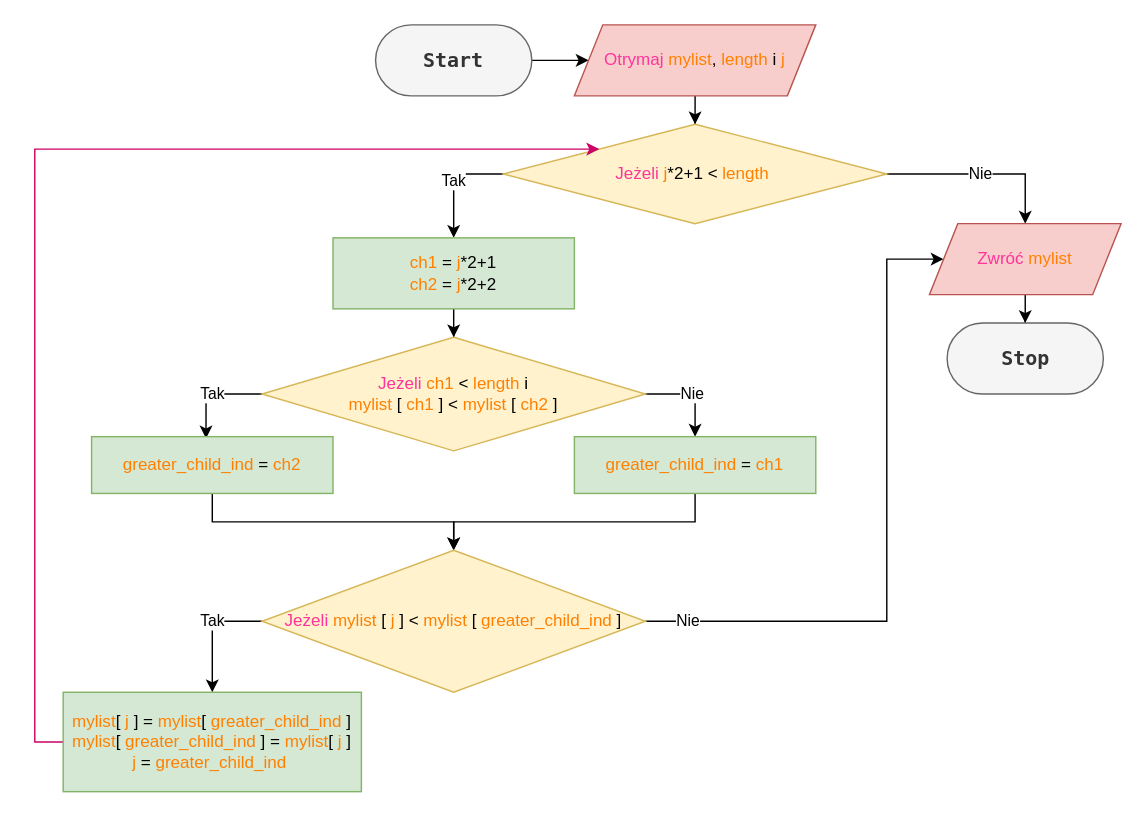
Before: page "Heapify" (3 of 5) of block-diagrams.drawio in FrightenedFox/sorting-algorithms, a draw.io diagram. Source tidied: cells renumbered, new cells numbered last; positions are measured from the earlier drawing's top-left corner, leaving out a move shared by most shapes. Both pictures are drawn from the tidied source at 142%, with x=0, y=0 at pixel (34, 24).
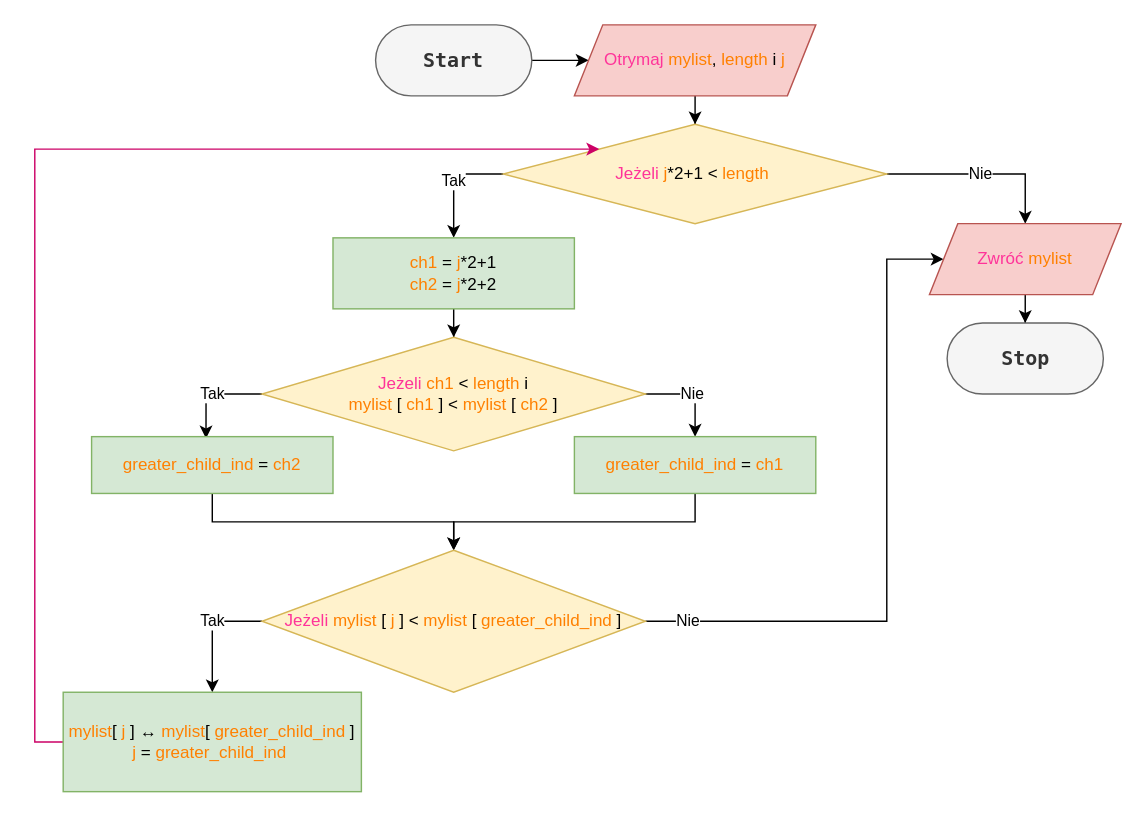
Above is the later version.

What changed in the source:
```diff
@@
-    <mxCell id="22" value="&lt;font color=&quot;#ff8000&quot;&gt;mylist&lt;/font&gt;[&amp;nbsp;&lt;span style=&quot;color: rgb(255 , 128 , 0)&quot;&gt;j&amp;nbsp;&lt;/span&gt;] =&amp;nbsp;&lt;font color=&quot;#ff8000&quot;&gt;mylist&lt;/font&gt;[&amp;nbsp;&lt;span style=&quot;color: rgb(255 , 128 , 0)&quot;&gt;greater_child_ind&amp;nbsp;&lt;/span&gt;]&lt;font color=&quot;#ff8000&quot;&gt;&lt;br&gt;&lt;/font&gt;&lt;font color=&quot;#ff8000&quot;&gt;mylist&lt;/font&gt;[&amp;nbsp;&lt;span style=&quot;color: rgb(255 , 128 , 0)&quot;&gt;greater_child_ind&amp;nbsp;&lt;/span&gt;] =&amp;nbsp;&lt;font color=&quot;#ff8000&quot;&gt;mylist&lt;/font&gt;[&amp;nbsp;&lt;span style=&quot;color: rgb(255 , 128 , 0)&quot;&gt;j&amp;nbsp;&lt;/span&gt;]&lt;font color=&quot;#ff8000&quot;&gt;&lt;br&gt;&lt;/font&gt;&lt;span style=&quot;color: rgb(255 , 128 , 0)&quot;&gt;j&amp;nbsp;&lt;/span&gt;=&amp;nbsp;&lt;span style=&quot;color: rgb(255 , 128 , 0)&quot;&gt;greater_child_ind&amp;nbsp;&lt;/span&gt;&lt;font color=&quot;#ff3399&quot;&gt;&lt;br&gt;&lt;/font&gt;" style="rounded=0;whiteSpace=wrap;html=1;fillColor=#d5e8d4;strokeColor=#82b366;" parent="1" vertex="1">
+    <mxCell id="22" value="&lt;font color=&quot;#ff8000&quot;&gt;mylist&lt;/font&gt;[&amp;nbsp;&lt;span style=&quot;color: rgb(255 , 128 , 0)&quot;&gt;j&amp;nbsp;&lt;/span&gt;]&amp;nbsp;↔&amp;nbsp;&lt;font color=&quot;#ff8000&quot;&gt;mylist&lt;/font&gt;[&amp;nbsp;&lt;span style=&quot;color: rgb(255 , 128 , 0)&quot;&gt;greater_child_ind&amp;nbsp;&lt;/span&gt;]&lt;font color=&quot;#ff8000&quot;&gt;&lt;br&gt;&lt;/font&gt;&lt;span style=&quot;color: rgb(255 , 128 , 0)&quot;&gt;j&amp;nbsp;&lt;/span&gt;=&amp;nbsp;&lt;span style=&quot;color: rgb(255 , 128 , 0)&quot;&gt;greater_child_ind&amp;nbsp;&lt;/span&gt;&lt;font color=&quot;#ff3399&quot;&gt;&lt;br&gt;&lt;/font&gt;" style="rounded=0;whiteSpace=wrap;html=1;fillColor=#d5e8d4;strokeColor=#82b366;" parent="1" vertex="1">
       <mxGeometry x="20" y="470" width="210" height="70" as="geometry" />
     </mxCell>
```
